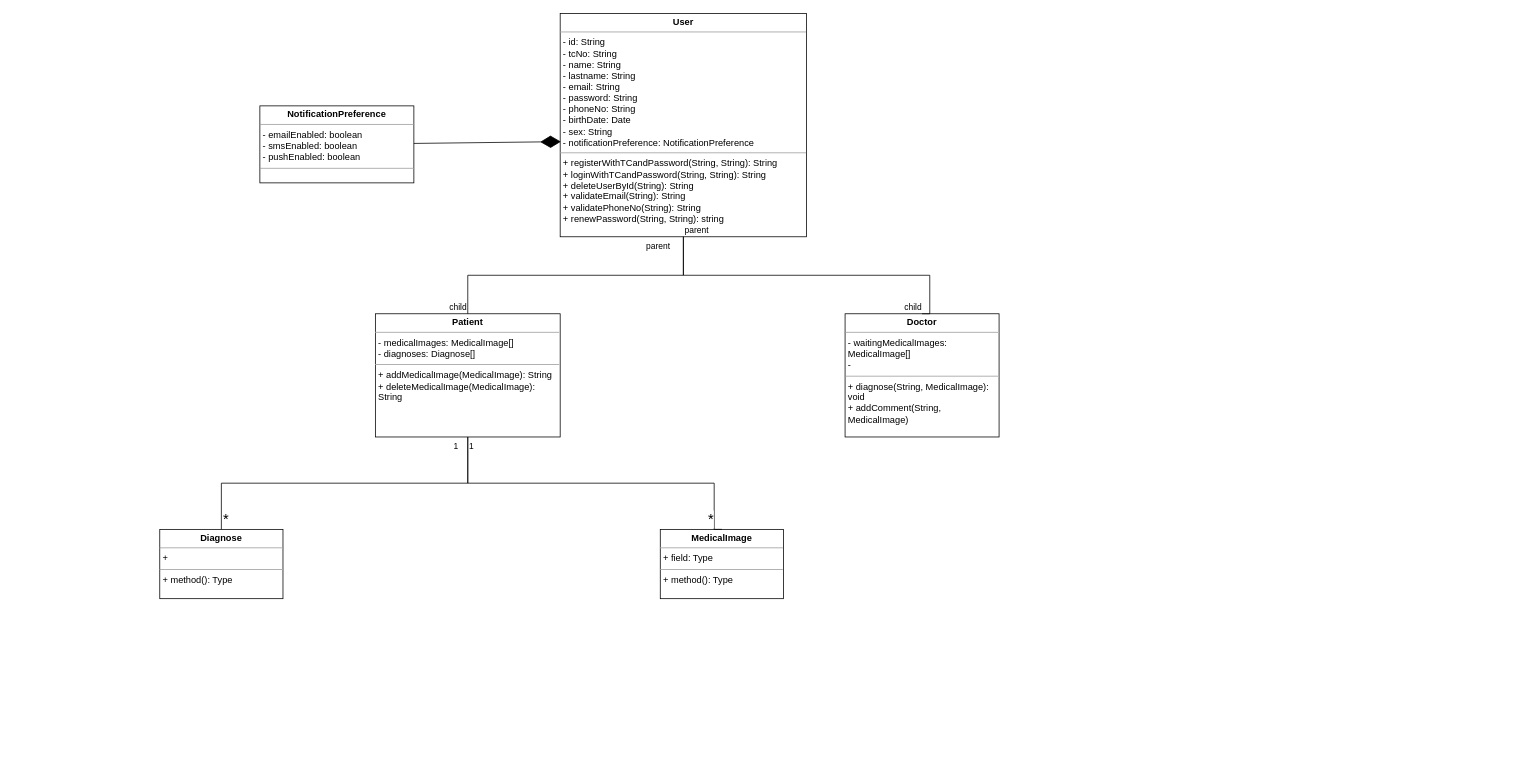
Before: Class Diagram.drawio in MediXAI/Diagrams, a draw.io diagram. Source tidied: cells renumbered, new cells numbered last; positions are measured from the earlier drawing's top-left corner, leaving out a move shared by most shapes. Both pictures are drawn from the tidied source at 77%, with x=0, y=0 at pixel (159, 13).
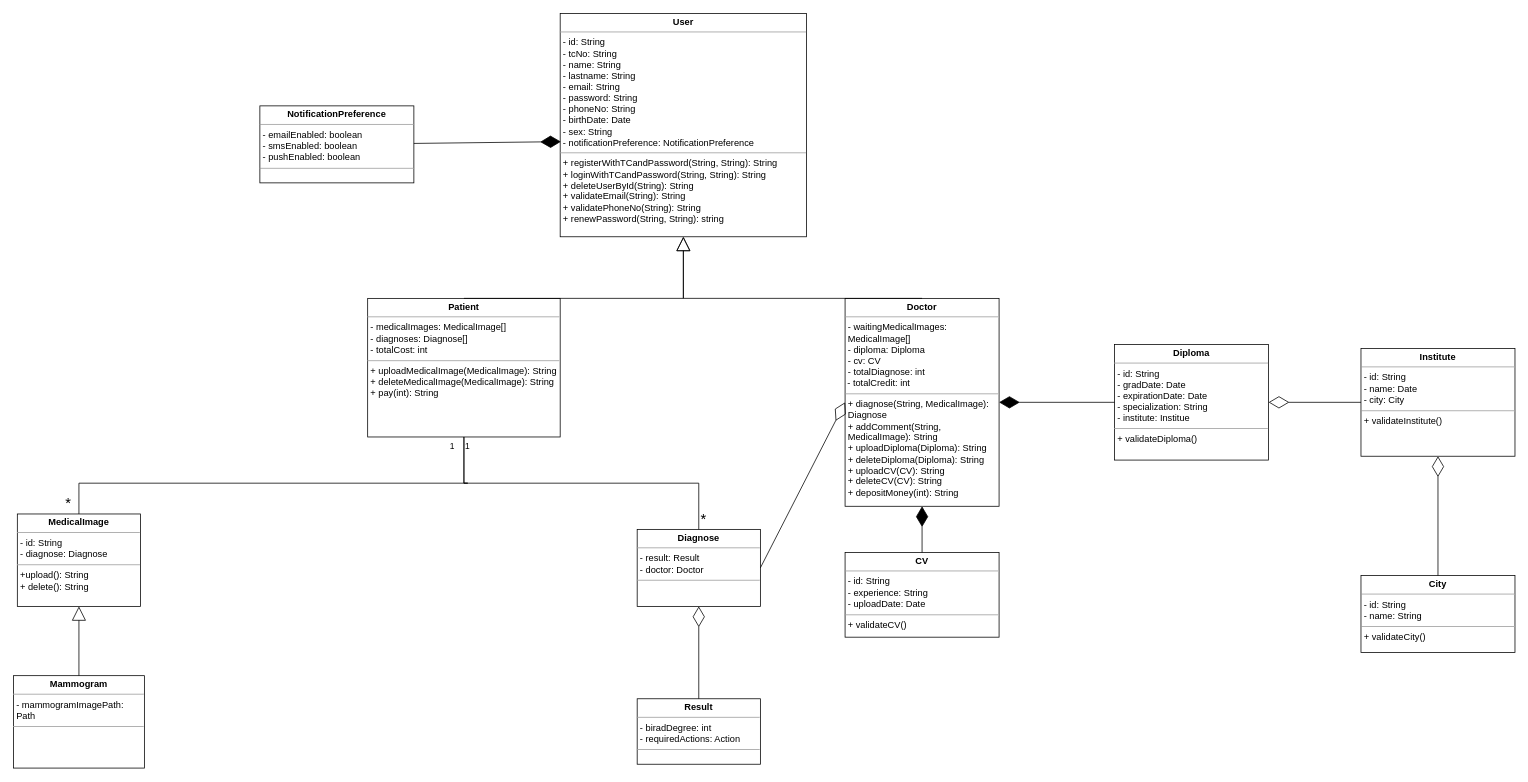
The same diagram, later.

Unchanged cells that the change refers to:
```xml
<mxCell id="2" value="&lt;p style=&quot;margin:0px;margin-top:4px;text-align:center;&quot;&gt;&lt;b&gt;User&lt;/b&gt;&lt;/p&gt;&lt;hr size=&quot;1&quot;&gt;&lt;p style=&quot;margin:0px;margin-left:4px;&quot;&gt;- id: String&lt;/p&gt;&lt;p style=&quot;margin:0px;margin-left:4px;&quot;&gt;- tcNo: String&lt;/p&gt;&lt;p style=&quot;margin:0px;margin-left:4px;&quot;&gt;- name: String&lt;/p&gt;&lt;p style=&quot;margin:0px;margin-left:4px;&quot;&gt;- lastname: String&lt;/p&gt;&lt;p style=&quot;margin:0px;margin-left:4px;&quot;&gt;- email: String&lt;/p&gt;&lt;p style=&quot;margin:0px;margin-left:4px;&quot;&gt;- password: String&lt;/p&gt;&lt;p style=&quot;margin:0px;margin-left:4px;&quot;&gt;- phoneNo: String&lt;/p&gt;&lt;p style=&quot;margin:0px;margin-left:4px;&quot;&gt;- birthDate: Date&lt;/p&gt;&lt;p style=&quot;margin:0px;margin-left:4px;&quot;&gt;- sex: String&lt;/p&gt;&lt;p style=&quot;margin:0px;margin-left:4px;&quot;&gt;- notificationPreference: NotificationPreference&lt;/p&gt;&lt;hr size=&quot;1&quot;&gt;&lt;p style=&quot;margin:0px;margin-left:4px;&quot;&gt;+ registerWithTCandPassword(String, String): String&lt;/p&gt;&lt;p style=&quot;margin:0px;margin-left:4px;&quot;&gt;+ loginWithTCandPassword(String, String): String&lt;/p&gt;&lt;p style=&quot;margin:0px;margin-left:4px;&quot;&gt;+ deleteUserById(String): String&lt;/p&gt;&lt;p style=&quot;margin:0px;margin-left:4px;&quot;&gt;+ validateEmail(String): String&lt;/p&gt;&lt;p style=&quot;margin:0px;margin-left:4px;&quot;&gt;+ validatePhoneNo(String): String&lt;/p&gt;&lt;p style=&quot;margin:0px;margin-left:4px;&quot;&gt;+ renewPassword(String, String): string&lt;/p&gt;" style="verticalAlign=top;align=left;overflow=fill;fontSize=12;fontFamily=Helvetica;html=1;whiteSpace=wrap;" parent="1" vertex="1">
  <mxGeometry x="520" width="320" height="290" as="geometry" />
</mxCell>
```

The edit, as a diff of the source:
```diff
@@
-    <mxCell id="3" value="&lt;p style=&quot;margin:0px;margin-top:4px;text-align:center;&quot;&gt;&lt;b&gt;Doctor&lt;/b&gt;&lt;/p&gt;&lt;hr size=&quot;1&quot;&gt;&lt;p style=&quot;margin:0px;margin-left:4px;&quot;&gt;- waitingMedicalImages: MedicalImage[]&lt;/p&gt;&lt;p style=&quot;margin:0px;margin-left:4px;&quot;&gt;-&amp;nbsp;&lt;/p&gt;&lt;hr size=&quot;1&quot;&gt;&lt;p style=&quot;margin:0px;margin-left:4px;&quot;&gt;+ diagnose(String, MedicalImage): void&lt;/p&gt;&lt;p style=&quot;margin:0px;margin-left:4px;&quot;&gt;+ addComment(String,&amp;nbsp; MedicalImage)&lt;/p&gt;" style="verticalAlign=top;align=left;overflow=fill;fontSize=12;fontFamily=Helvetica;html=1;whiteSpace=wrap;" parent="1" vertex="1">
-      <mxGeometry x="890" y="390" width="200" height="160" as="geometry" />
+    <mxCell id="3" value="&lt;p style=&quot;margin:0px;margin-top:4px;text-align:center;&quot;&gt;&lt;b&gt;Doctor&lt;/b&gt;&lt;/p&gt;&lt;hr size=&quot;1&quot;&gt;&lt;p style=&quot;margin:0px;margin-left:4px;&quot;&gt;- waitingMedicalImages: MedicalImage[]&lt;/p&gt;&lt;p style=&quot;margin:0px;margin-left:4px;&quot;&gt;- diploma: Diploma&lt;/p&gt;&lt;p style=&quot;margin:0px;margin-left:4px;&quot;&gt;- cv: CV&lt;/p&gt;&lt;p style=&quot;margin:0px;margin-left:4px;&quot;&gt;- totalDiagnose: int&lt;/p&gt;&amp;nbsp;- totalCredit: int&lt;br&gt;&lt;hr size=&quot;1&quot;&gt;&lt;p style=&quot;margin:0px;margin-left:4px;&quot;&gt;+ diagnose(String, MedicalImage): Diagnose&lt;/p&gt;&lt;p style=&quot;margin:0px;margin-left:4px;&quot;&gt;+ addComment(String,&amp;nbsp; MedicalImage): String&lt;/p&gt;&lt;p style=&quot;margin:0px;margin-left:4px;&quot;&gt;+ uploadDiploma(Diploma): String&lt;/p&gt;&lt;p style=&quot;margin:0px;margin-left:4px;&quot;&gt;+ deleteDiploma(Diploma): String&lt;/p&gt;&lt;p style=&quot;border-color: var(--border-color); margin: 0px 0px 0px 4px;&quot;&gt;+ uploadCV(CV): String&lt;/p&gt;&lt;p style=&quot;border-color: var(--border-color); margin: 0px 0px 0px 4px;&quot;&gt;+ deleteCV(CV): String&lt;/p&gt;&lt;p style=&quot;border-color: var(--border-color); margin: 0px 0px 0px 4px;&quot;&gt;+ depositMoney(int): String&lt;/p&gt;" style="verticalAlign=top;align=left;overflow=fill;fontSize=12;fontFamily=Helvetica;html=1;whiteSpace=wrap;" parent="1" vertex="1">
+      <mxGeometry x="890" y="370" width="200" height="270" as="geometry" />
     </mxCell>
-    <mxCell id="4" value="&lt;p style=&quot;margin:0px;margin-top:4px;text-align:center;&quot;&gt;&lt;b&gt;Patient&lt;/b&gt;&lt;/p&gt;&lt;hr size=&quot;1&quot;&gt;&lt;p style=&quot;margin:0px;margin-left:4px;&quot;&gt;- medicalImages: MedicalImage[]&lt;/p&gt;&lt;p style=&quot;margin:0px;margin-left:4px;&quot;&gt;- diagnoses: Diagnose[]&lt;span style=&quot;background-color: initial;&quot;&gt;&amp;nbsp;&lt;/span&gt;&lt;/p&gt;&lt;hr size=&quot;1&quot;&gt;&lt;p style=&quot;margin:0px;margin-left:4px;&quot;&gt;+ addMedicalImage(MedicalImage): String&lt;/p&gt;&lt;p style=&quot;margin:0px;margin-left:4px;&quot;&gt;+ deleteMedicalImage(MedicalImage): String&lt;/p&gt;&lt;p style=&quot;margin:0px;margin-left:4px;&quot;&gt;&lt;br&gt;&lt;/p&gt;" style="verticalAlign=top;align=left;overflow=fill;fontSize=12;fontFamily=Helvetica;html=1;whiteSpace=wrap;" parent="1" vertex="1">
-      <mxGeometry x="280" y="390" width="240" height="160" as="geometry" />
+    <mxCell id="4" value="&lt;p style=&quot;margin:0px;margin-top:4px;text-align:center;&quot;&gt;&lt;b&gt;Patient&lt;/b&gt;&lt;/p&gt;&lt;hr size=&quot;1&quot;&gt;&lt;p style=&quot;margin:0px;margin-left:4px;&quot;&gt;- medicalImages: MedicalImage[]&lt;/p&gt;&lt;p style=&quot;margin:0px;margin-left:4px;&quot;&gt;- diagnoses: Diagnose[]&lt;span style=&quot;background-color: initial;&quot;&gt;&amp;nbsp;&lt;/span&gt;&lt;/p&gt;&lt;p style=&quot;margin:0px;margin-left:4px;&quot;&gt;&lt;span style=&quot;background-color: initial;&quot;&gt;- totalCost: int&lt;/span&gt;&lt;/p&gt;&lt;hr size=&quot;1&quot;&gt;&lt;p style=&quot;margin:0px;margin-left:4px;&quot;&gt;+ uploadMedicalImage(MedicalImage): String&lt;/p&gt;&lt;p style=&quot;margin:0px;margin-left:4px;&quot;&gt;+ deleteMedicalImage(MedicalImage): String&lt;/p&gt;&lt;p style=&quot;margin:0px;margin-left:4px;&quot;&gt;+ pay(int): String&lt;/p&gt;" style="verticalAlign=top;align=left;overflow=fill;fontSize=12;fontFamily=Helvetica;html=1;whiteSpace=wrap;" parent="1" vertex="1">
+      <mxGeometry x="270" y="370" width="250" height="180" as="geometry" />
     </mxCell>
@@
-    <mxCell id="6" style="endArrow=none;html=1;edgeStyle=orthogonalEdgeStyle;rounded=0;entryX=0.5;entryY=0;entryDx=0;entryDy=0;exitX=0.5;exitY=1;exitDx=0;exitDy=0;" parent="1" edge="1" source="2" target="4">
-      <mxGeometry relative="1" as="geometry" />
-    </mxCell>
-    <mxCell id="7" value="parent" style="edgeLabel;html=1;align=left;verticalAlign=bottom;" parent="6" vertex="1">
-      <mxGeometry x="-1" relative="1" as="geometry">
-        <mxPoint x="-50" y="20" as="offset" />
-      </mxGeometry>
-    </mxCell>
-    <mxCell id="8" value="child" style="edgeLabel;html=1;align=right;verticalAlign=bottom;spacing=3;" parent="6" vertex="1">
-      <mxGeometry x="1" relative="1" as="geometry" />
-    </mxCell>
@@
-    <mxCell id="10" value="&lt;p style=&quot;margin:0px;margin-top:4px;text-align:center;&quot;&gt;&lt;b&gt;Diagnose&lt;/b&gt;&lt;/p&gt;&lt;hr size=&quot;1&quot;&gt;&lt;p style=&quot;margin:0px;margin-left:4px;&quot;&gt;+&amp;nbsp;&lt;/p&gt;&lt;hr size=&quot;1&quot;&gt;&lt;p style=&quot;margin:0px;margin-left:4px;&quot;&gt;+ method(): Type&lt;/p&gt;" style="verticalAlign=top;align=left;overflow=fill;fontSize=12;fontFamily=Helvetica;html=1;whiteSpace=wrap;" parent="1" vertex="1">
-      <mxGeometry y="670" width="160" height="90" as="geometry" />
+    <mxCell id="10" value="&lt;p style=&quot;margin:0px;margin-top:4px;text-align:center;&quot;&gt;&lt;b&gt;Diagnose&lt;/b&gt;&lt;/p&gt;&lt;hr size=&quot;1&quot;&gt;&lt;p style=&quot;margin:0px;margin-left:4px;&quot;&gt;- result: Result&lt;/p&gt;&lt;p style=&quot;margin:0px;margin-left:4px;&quot;&gt;- doctor: Doctor&lt;/p&gt;&lt;hr size=&quot;1&quot;&gt;&lt;p style=&quot;margin:0px;margin-left:4px;&quot;&gt;&lt;br&gt;&lt;/p&gt;" style="verticalAlign=top;align=left;overflow=fill;fontSize=12;fontFamily=Helvetica;html=1;whiteSpace=wrap;" parent="1" vertex="1">
+      <mxGeometry x="620" y="670" width="160" height="100" as="geometry" />
     </mxCell>
-    <mxCell id="11" value="&lt;p style=&quot;margin:0px;margin-top:4px;text-align:center;&quot;&gt;&lt;b&gt;MedicalImage&lt;/b&gt;&lt;/p&gt;&lt;hr size=&quot;1&quot;&gt;&lt;p style=&quot;margin:0px;margin-left:4px;&quot;&gt;+ field: Type&lt;/p&gt;&lt;hr size=&quot;1&quot;&gt;&lt;p style=&quot;margin:0px;margin-left:4px;&quot;&gt;+ method(): Type&lt;/p&gt;" style="verticalAlign=top;align=left;overflow=fill;fontSize=12;fontFamily=Helvetica;html=1;whiteSpace=wrap;" parent="1" vertex="1">
-      <mxGeometry x="650" y="670" width="160" height="90" as="geometry" />
+    <mxCell id="11" value="&lt;p style=&quot;margin:0px;margin-top:4px;text-align:center;&quot;&gt;&lt;b&gt;MedicalImage&lt;/b&gt;&lt;/p&gt;&lt;hr size=&quot;1&quot;&gt;&lt;p style=&quot;margin:0px;margin-left:4px;&quot;&gt;- id: String&lt;/p&gt;&lt;p style=&quot;margin:0px;margin-left:4px;&quot;&gt;- diagnose: Diagnose&lt;/p&gt;&lt;hr size=&quot;1&quot;&gt;&lt;p style=&quot;margin:0px;margin-left:4px;&quot;&gt;+upload(): String&lt;/p&gt;&lt;p style=&quot;margin:0px;margin-left:4px;&quot;&gt;+ delete(): String&lt;/p&gt;" style="verticalAlign=top;align=left;overflow=fill;fontSize=12;fontFamily=Helvetica;html=1;whiteSpace=wrap;" parent="1" vertex="1">
+      <mxGeometry x="-185" y="650" width="160" height="120" as="geometry" />
     </mxCell>
@@
-    <mxCell id="18" style="endArrow=none;html=1;edgeStyle=orthogonalEdgeStyle;rounded=0;exitX=0.5;exitY=1;exitDx=0;exitDy=0;entryX=0.5;entryY=0;entryDx=0;entryDy=0;" parent="1" edge="1" source="2" target="3">
-      <mxGeometry relative="1" as="geometry">
-        <Array as="points">
-          <mxPoint x="680" y="340" />
-          <mxPoint x="1000" y="340" />
-          <mxPoint x="1000" y="390" />
-        </Array>
-      </mxGeometry>
-    </mxCell>
-    <mxCell id="19" value="parent" style="edgeLabel;html=1;align=left;verticalAlign=bottom;" parent="18" vertex="1">
-      <mxGeometry x="-1" relative="1" as="geometry" />
-    </mxCell>
-    <mxCell id="20" value="child" style="edgeLabel;html=1;align=right;verticalAlign=bottom;" parent="18" vertex="1">
-      <mxGeometry x="1" relative="1" as="geometry" />
-    </mxCell>
+    <mxCell id="21" value="&lt;p style=&quot;margin:0px;margin-top:4px;text-align:center;&quot;&gt;&lt;b&gt;Diploma&lt;/b&gt;&lt;/p&gt;&lt;hr size=&quot;1&quot;&gt;&lt;p style=&quot;margin:0px;margin-left:4px;&quot;&gt;- id: String&lt;/p&gt;&lt;p style=&quot;margin:0px;margin-left:4px;&quot;&gt;&lt;span style=&quot;background-color: initial;&quot;&gt;- gradDate: Date&amp;nbsp;&lt;/span&gt;&lt;/p&gt;&lt;p style=&quot;margin:0px;margin-left:4px;&quot;&gt;&lt;span style=&quot;background-color: initial;&quot;&gt;- expirationDate: Date&lt;/span&gt;&lt;/p&gt;&lt;p style=&quot;margin:0px;margin-left:4px;&quot;&gt;&lt;span style=&quot;background-color: initial;&quot;&gt;- specialization: String&lt;/span&gt;&lt;/p&gt;&lt;p style=&quot;margin:0px;margin-left:4px;&quot;&gt;&lt;span style=&quot;background-color: initial;&quot;&gt;- institute: Institue&lt;/span&gt;&lt;/p&gt;&lt;hr size=&quot;1&quot;&gt;&lt;p style=&quot;margin:0px;margin-left:4px;&quot;&gt;+ validateDiploma()&lt;/p&gt;" style="verticalAlign=top;align=left;overflow=fill;fontSize=12;fontFamily=Helvetica;html=1;whiteSpace=wrap;" parent="1" vertex="1">
+      <mxGeometry x="1240" y="430" width="200" height="150" as="geometry" />
+    </mxCell>
+    <mxCell id="22" style="endArrow=diamondThin;endFill=1;endSize=24;html=1;rounded=0;entryX=1;entryY=0.5;entryDx=0;entryDy=0;exitX=0;exitY=0.5;exitDx=0;exitDy=0;" parent="1" edge="1" source="21" target="3">
+      <mxGeometry relative="1" as="geometry" />
+    </mxCell>
+    <mxCell id="23" value="&lt;p style=&quot;margin:0px;margin-top:4px;text-align:center;&quot;&gt;&lt;b&gt;Institute&lt;/b&gt;&lt;/p&gt;&lt;hr size=&quot;1&quot;&gt;&lt;p style=&quot;margin:0px;margin-left:4px;&quot;&gt;- id: String&lt;/p&gt;&lt;p style=&quot;margin:0px;margin-left:4px;&quot;&gt;&lt;span style=&quot;background-color: initial;&quot;&gt;- name: Date&lt;/span&gt;&lt;/p&gt;&lt;p style=&quot;margin:0px;margin-left:4px;&quot;&gt;&lt;span style=&quot;background-color: initial;&quot;&gt;- city: City&amp;nbsp;&lt;/span&gt;&lt;/p&gt;&lt;hr size=&quot;1&quot;&gt;&lt;p style=&quot;margin:0px;margin-left:4px;&quot;&gt;+ validateInstitute()&lt;/p&gt;" style="verticalAlign=top;align=left;overflow=fill;fontSize=12;fontFamily=Helvetica;html=1;whiteSpace=wrap;" parent="1" vertex="1">
+      <mxGeometry x="1560" y="435" width="200" height="140" as="geometry" />
+    </mxCell>
+    <mxCell id="24" value="&lt;p style=&quot;margin:0px;margin-top:4px;text-align:center;&quot;&gt;&lt;b&gt;City&lt;/b&gt;&lt;/p&gt;&lt;hr size=&quot;1&quot;&gt;&lt;p style=&quot;margin:0px;margin-left:4px;&quot;&gt;- id: String&lt;/p&gt;&lt;p style=&quot;margin:0px;margin-left:4px;&quot;&gt;&lt;span style=&quot;background-color: initial;&quot;&gt;- name: String&lt;/span&gt;&lt;/p&gt;&lt;hr size=&quot;1&quot;&gt;&lt;p style=&quot;margin:0px;margin-left:4px;&quot;&gt;+ validateCity()&lt;/p&gt;" style="verticalAlign=top;align=left;overflow=fill;fontSize=12;fontFamily=Helvetica;html=1;whiteSpace=wrap;" parent="1" vertex="1">
+      <mxGeometry x="1560" y="730" width="200" height="100" as="geometry" />
+    </mxCell>
+    <mxCell id="25" value="&lt;p style=&quot;margin:0px;margin-top:4px;text-align:center;&quot;&gt;&lt;b&gt;CV&lt;/b&gt;&lt;/p&gt;&lt;hr size=&quot;1&quot;&gt;&lt;p style=&quot;margin:0px;margin-left:4px;&quot;&gt;- id: String&lt;/p&gt;&lt;p style=&quot;margin:0px;margin-left:4px;&quot;&gt;&lt;span style=&quot;background-color: initial;&quot;&gt;- experience: String&amp;nbsp;&lt;/span&gt;&lt;/p&gt;&lt;p style=&quot;margin:0px;margin-left:4px;&quot;&gt;&lt;span style=&quot;background-color: initial;&quot;&gt;- uploadDate: Date&lt;/span&gt;&lt;/p&gt;&lt;hr size=&quot;1&quot;&gt;&lt;p style=&quot;margin:0px;margin-left:4px;&quot;&gt;+ validateCV()&lt;/p&gt;" style="verticalAlign=top;align=left;overflow=fill;fontSize=12;fontFamily=Helvetica;html=1;whiteSpace=wrap;" parent="1" vertex="1">
+      <mxGeometry x="890" y="700" width="200" height="110" as="geometry" />
+    </mxCell>
+    <mxCell id="26" style="endArrow=diamondThin;endFill=1;endSize=24;html=1;rounded=0;entryX=0.5;entryY=1;entryDx=0;entryDy=0;exitX=0.5;exitY=0;exitDx=0;exitDy=0;" parent="1" edge="1" source="25" target="3">
+      <mxGeometry relative="1" as="geometry" />
+    </mxCell>
+    <mxCell id="27" value="&lt;p style=&quot;margin:0px;margin-top:4px;text-align:center;&quot;&gt;&lt;b&gt;Mammogram&lt;/b&gt;&lt;/p&gt;&lt;hr size=&quot;1&quot;&gt;&lt;p style=&quot;margin:0px;margin-left:4px;&quot;&gt;- mammogramImagePath: Path&amp;nbsp;&lt;/p&gt;&lt;hr size=&quot;1&quot;&gt;&lt;p style=&quot;margin:0px;margin-left:4px;&quot;&gt;&lt;br&gt;&lt;/p&gt;" style="verticalAlign=top;align=left;overflow=fill;fontSize=12;fontFamily=Helvetica;html=1;whiteSpace=wrap;" parent="1" vertex="1">
+      <mxGeometry x="-190" y="860" width="170" height="120" as="geometry" />
+    </mxCell>
+    <mxCell id="28" style="endArrow=diamondThin;endFill=0;endSize=24;html=1;rounded=0;entryX=1;entryY=0.5;entryDx=0;entryDy=0;exitX=0;exitY=0.5;exitDx=0;exitDy=0;" parent="1" edge="1" source="23" target="21">
+      <mxGeometry relative="1" as="geometry" />
+    </mxCell>
+    <mxCell id="29" style="endArrow=diamondThin;endFill=0;endSize=24;html=1;rounded=0;entryX=0.5;entryY=1;entryDx=0;entryDy=0;exitX=0.5;exitY=0;exitDx=0;exitDy=0;" parent="1" edge="1" source="24" target="23">
+      <mxGeometry relative="1" as="geometry" />
+    </mxCell>
+    <mxCell id="30" style="endArrow=block;endSize=16;endFill=0;html=1;rounded=0;entryX=0.5;entryY=1;entryDx=0;entryDy=0;exitX=0.5;exitY=0;exitDx=0;exitDy=0;" parent="1" edge="1" source="4" target="2">
+      <mxGeometry x="0.12" y="-70" relative="1" as="geometry">
+        <Array as="points">
+          <mxPoint x="680" y="370" />
+        </Array>
+        <mxPoint x="-1" as="offset" />
+      </mxGeometry>
+    </mxCell>
+    <mxCell id="31" style="endArrow=block;endSize=16;endFill=0;html=1;rounded=0;entryX=0.5;entryY=1;entryDx=0;entryDy=0;exitX=0.5;exitY=0;exitDx=0;exitDy=0;" parent="1" edge="1" source="3" target="2">
+      <mxGeometry x="0.12" y="-70" relative="1" as="geometry">
+        <Array as="points">
+          <mxPoint x="680" y="370" />
+        </Array>
+        <mxPoint x="-1" as="offset" />
+      </mxGeometry>
+    </mxCell>
+    <mxCell id="32" style="endArrow=block;endSize=16;endFill=0;html=1;rounded=0;exitX=0.5;exitY=0;exitDx=0;exitDy=0;entryX=0.5;entryY=1;entryDx=0;entryDy=0;" parent="1" edge="1" source="27" target="11">
+      <mxGeometry x="0.12" y="-70" relative="1" as="geometry">
+        <mxPoint x="-1" as="offset" />
+      </mxGeometry>
+    </mxCell>
+    <mxCell id="33" value="&lt;p style=&quot;margin:0px;margin-top:4px;text-align:center;&quot;&gt;&lt;b&gt;Result&lt;/b&gt;&lt;/p&gt;&lt;hr size=&quot;1&quot;&gt;&lt;p style=&quot;margin:0px;margin-left:4px;&quot;&gt;- biradDegree: int&lt;/p&gt;&lt;p style=&quot;margin:0px;margin-left:4px;&quot;&gt;- requiredActions: Action&amp;nbsp;&lt;/p&gt;&lt;hr size=&quot;1&quot;&gt;&lt;p style=&quot;margin:0px;margin-left:4px;&quot;&gt;&lt;br&gt;&lt;/p&gt;" style="verticalAlign=top;align=left;overflow=fill;fontSize=12;fontFamily=Helvetica;html=1;whiteSpace=wrap;" parent="1" vertex="1">
+      <mxGeometry x="620" y="890" width="160" height="85" as="geometry" />
+    </mxCell>
+    <mxCell id="34" style="endArrow=diamondThin;endFill=0;endSize=24;html=1;rounded=0;exitX=1;exitY=0.5;exitDx=0;exitDy=0;entryX=0;entryY=0.5;entryDx=0;entryDy=0;" parent="1" edge="1" source="10" target="3">
+      <mxGeometry relative="1" as="geometry" />
+    </mxCell>
+    <mxCell id="35" style="endArrow=diamondThin;endFill=0;endSize=24;html=1;rounded=0;entryX=0.5;entryY=1;entryDx=0;entryDy=0;exitX=0.5;exitY=0;exitDx=0;exitDy=0;" parent="1" edge="1" source="33" target="10">
+      <mxGeometry relative="1" as="geometry" />
+    </mxCell>
```
